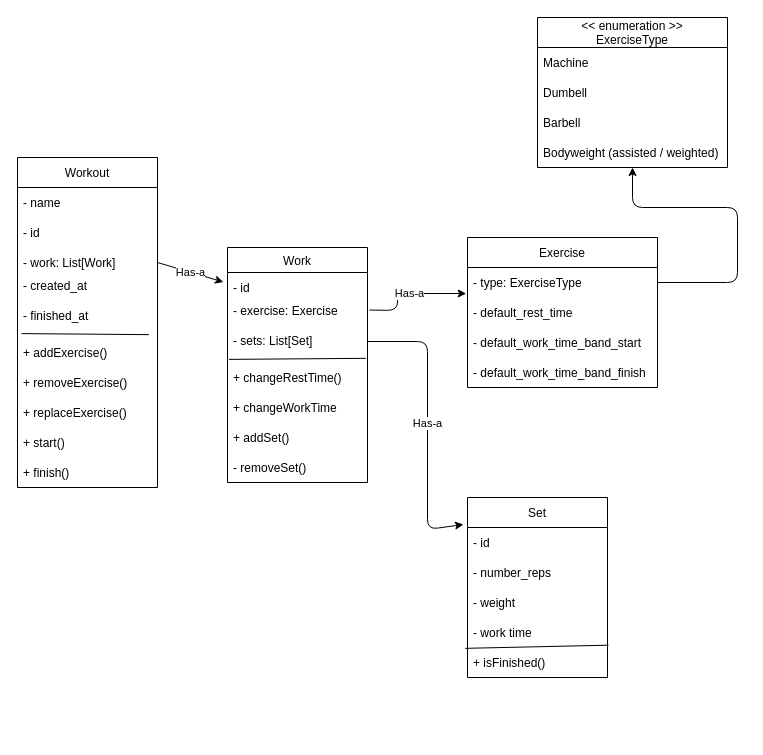
Before: page "Domain model" (1 of 3) of domain.drawio in SamBoyd/time-under-tension, a draw.io diagram. Source tidied: cells renumbered, new cells numbered last; positions are measured from the earlier drawing's top-left corner, leaving out a move shared by most shapes. Both pictures are drawn from the tidied source at 100%, with x=0, y=0 at pixel (17, 17).
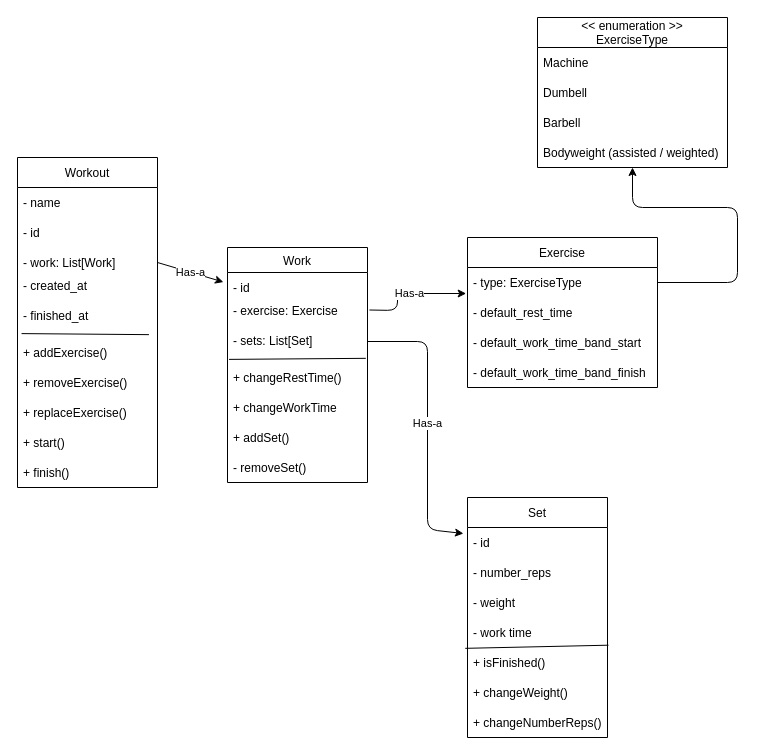
After the change.

Diff of the diagram source:
```diff
@@
     <mxCell id="36" value="Set" style="swimlane;fontStyle=0;horizontal=1;startSize=30;" parent="1" vertex="1">
-      <mxGeometry x="450" y="480" width="140" height="180" as="geometry" />
+      <mxGeometry x="450" y="480" width="140" height="240" as="geometry" />
     </mxCell>
@@
+    <mxCell id="44" value="+ changeWeight()" style="text;strokeColor=none;fillColor=none;align=left;verticalAlign=middle;spacingLeft=4;spacingRight=4;overflow=hidden;" parent="36" vertex="1">
+      <mxGeometry y="180" width="140" height="30" as="geometry" />
+    </mxCell>
+    <mxCell id="45" value="+ changeNumberReps()" style="text;strokeColor=none;fillColor=none;align=left;verticalAlign=middle;spacingLeft=4;spacingRight=4;overflow=hidden;" parent="36" vertex="1">
+      <mxGeometry y="210" width="140" height="30" as="geometry" />
+    </mxCell>
```
